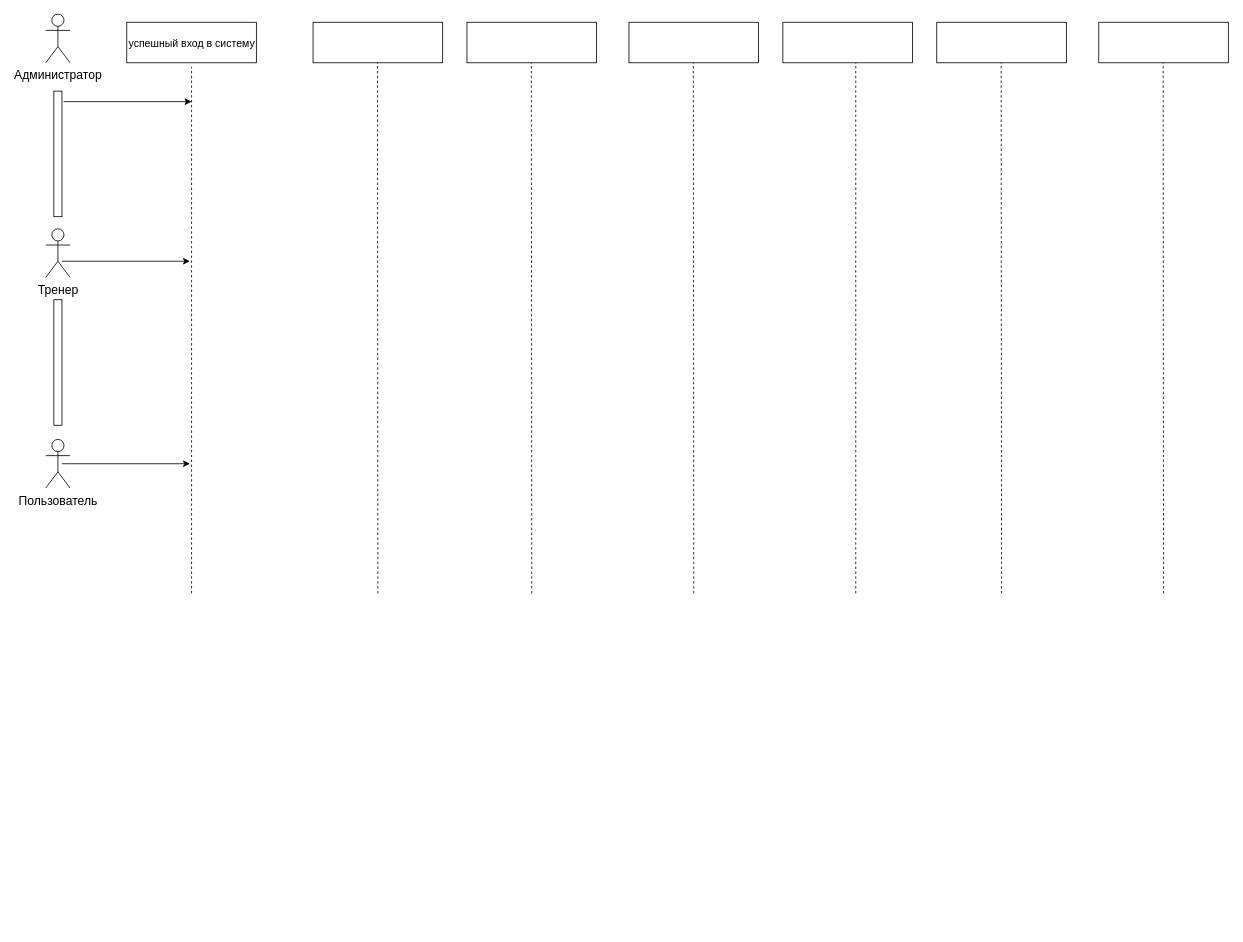
quyettranvu/Lab2-3_UML keeps this draw.io diagram as page "Sequence Diagram" (4 of 4) of Biểu đồ không có tiêu đề.drawio. Above is the earlier version. Source tidied: cells renumbered, new cells numbered last; positions are measured from the earlier drawing's top-left corner, leaving out a move shared by most shapes. Both pictures are drawn from the tidied source at 81%, with x=0, y=0 at pixel (-5, 14).
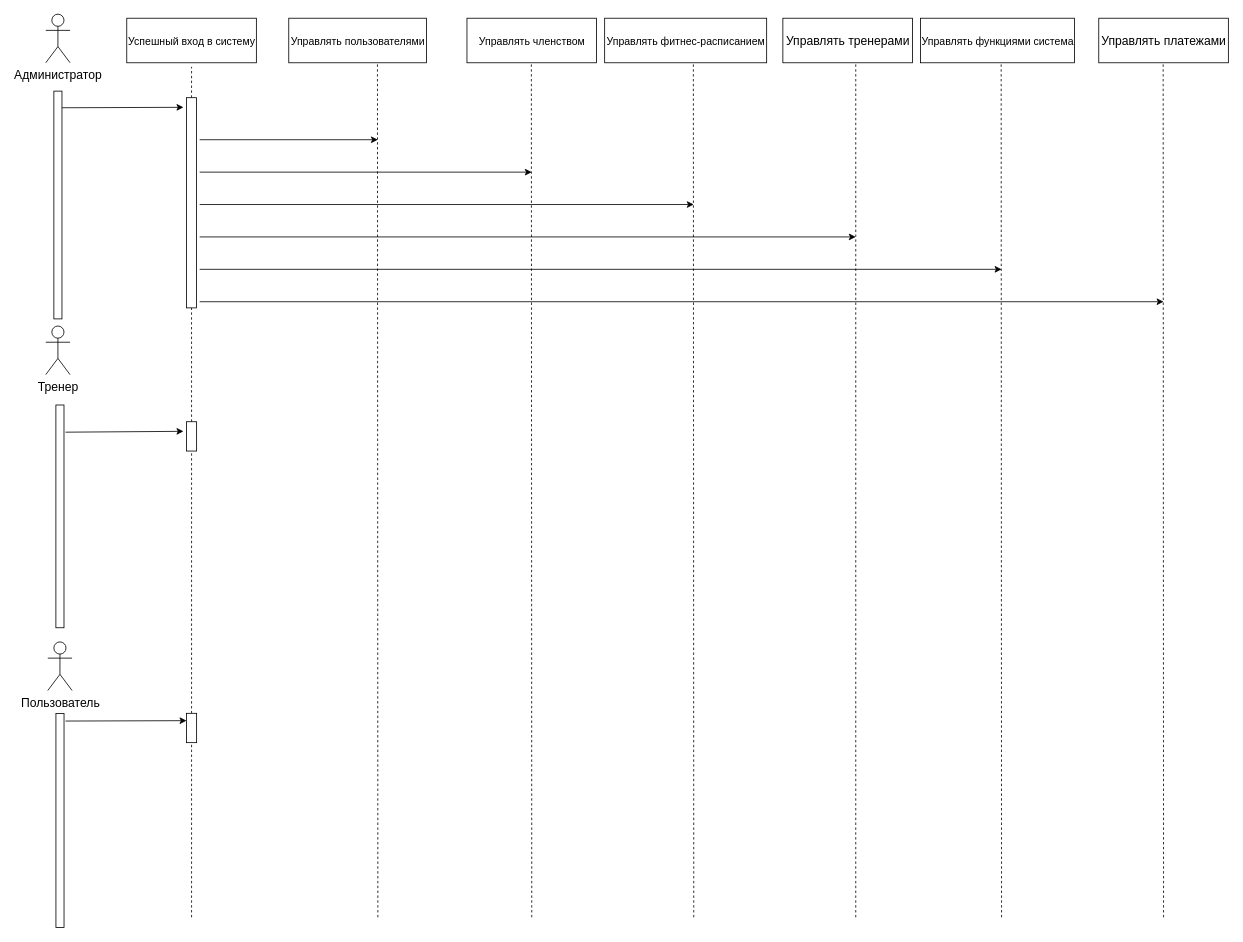
The same diagram, later.

Commit message (it also covers changes not shown here):
Cập nhật Biểu đồ không có tiêu đề.drawio

The edit, as a diff of the source:
```diff
@@
-    <mxCell id="3" value="&lt;font style=&quot;font-size: 13px;&quot;&gt;успешный вход в систему&lt;/font&gt;" style="html=1;fontSize=15;fillColor=#FFFFFF;" parent="1" vertex="1">
-      <mxGeometry x="162" y="10" width="160" height="50" as="geometry" />
+    <mxCell id="3" value="&lt;font style=&quot;font-size: 13px;&quot;&gt;Успешный вход в систему&lt;/font&gt;" style="html=1;fontSize=15;fillColor=#FFFFFF;" parent="1" vertex="1">
+      <mxGeometry x="162" y="5" width="160" height="55" as="geometry" />
     </mxCell>
-    <mxCell id="4" style="html=1;fontSize=15;fillColor=#FFFFFF;" parent="1" vertex="1">
-      <mxGeometry x="392" y="10" width="160" height="50" as="geometry" />
-    </mxCell>
-    <mxCell id="5" style="html=1;fontSize=15;fillColor=#FFFFFF;" parent="1" vertex="1">
-      <mxGeometry x="582" y="10" width="160" height="50" as="geometry" />
+    <mxCell id="5" value="&lt;font style=&quot;font-size: 13px;&quot;&gt;Управлять членством&lt;br&gt;&lt;/font&gt;" style="html=1;fontSize=15;fillColor=#FFFFFF;" parent="1" vertex="1">
+      <mxGeometry x="582" y="5" width="160" height="55" as="geometry" />
     </mxCell>
-    <mxCell id="6" style="html=1;fontSize=15;fillColor=#FFFFFF;" parent="1" vertex="1">
-      <mxGeometry x="782" y="10" width="160" height="50" as="geometry" />
+    <mxCell id="6" value="&lt;font style=&quot;font-size: 13px;&quot;&gt;Управлять фитнес-расписанием&lt;/font&gt;" style="html=1;fontSize=15;fillColor=#FFFFFF;" parent="1" vertex="1">
+      <mxGeometry x="752" y="5" width="200" height="55" as="geometry" />
     </mxCell>
-    <mxCell id="7" style="html=1;fontSize=15;fillColor=#FFFFFF;" parent="1" vertex="1">
-      <mxGeometry x="972" y="10" width="160" height="50" as="geometry" />
+    <mxCell id="7" value="Управлять тренерами" style="html=1;fontSize=15;fillColor=#FFFFFF;" parent="1" vertex="1">
+      <mxGeometry x="972" y="5" width="160" height="55" as="geometry" />
     </mxCell>
-    <mxCell id="8" style="html=1;fontSize=15;fillColor=#FFFFFF;" parent="1" vertex="1">
-      <mxGeometry x="1162" y="10" width="160" height="50" as="geometry" />
+    <mxCell id="8" value="&lt;font style=&quot;font-size: 13px;&quot;&gt;Управлять функциями система&lt;/font&gt;" style="html=1;fontSize=15;fillColor=#FFFFFF;" parent="1" vertex="1">
+      <mxGeometry x="1142" y="5" width="190" height="55" as="geometry" />
     </mxCell>
-    <mxCell id="9" style="html=1;fontSize=15;fillColor=#FFFFFF;" parent="1" vertex="1">
-      <mxGeometry x="1362" y="10" width="160" height="50" as="geometry" />
+    <mxCell id="9" value="Управлять платежами" style="html=1;fontSize=15;fillColor=#FFFFFF;" parent="1" vertex="1">
+      <mxGeometry x="1362" y="5" width="160" height="55" as="geometry" />
     </mxCell>
-    <mxCell id="10" style="endArrow=none;dashed=1;html=1;rounded=0;fontSize=13;" parent="1" edge="1">
+    <mxCell id="10" style="endArrow=none;dashed=1;html=1;rounded=0;fontSize=13;startArrow=none;" parent="1" edge="1" source="24">
       <mxGeometry relative="1" as="geometry">
-        <mxPoint x="242" y="715" as="sourcePoint" />
         <mxPoint x="242" y="65" as="targetPoint" />
       </mxGeometry>
     </mxCell>
     <mxCell id="11" style="endArrow=none;dashed=1;html=1;rounded=0;fontSize=13;" parent="1" edge="1">
       <mxGeometry relative="1" as="geometry">
-        <mxPoint x="472" y="715" as="sourcePoint" />
+        <mxPoint x="472" y="1115" as="sourcePoint" />
         <mxPoint x="471.5" y="60" as="targetPoint" />
       </mxGeometry>
     </mxCell>
     <mxCell id="12" style="endArrow=none;dashed=1;html=1;rounded=0;fontSize=13;" parent="1" edge="1">
       <mxGeometry relative="1" as="geometry">
-        <mxPoint x="662" y="715" as="sourcePoint" />
+        <mxPoint x="662" y="1115" as="sourcePoint" />
         <mxPoint x="661.5" y="60" as="targetPoint" />
       </mxGeometry>
     </mxCell>
     <mxCell id="13" style="endArrow=none;dashed=1;html=1;rounded=0;fontSize=13;" parent="1" edge="1">
       <mxGeometry relative="1" as="geometry">
-        <mxPoint x="862" y="715" as="sourcePoint" />
+        <mxPoint x="862" y="1115" as="sourcePoint" />
         <mxPoint x="861.5" y="60" as="targetPoint" />
       </mxGeometry>
     </mxCell>
     <mxCell id="14" style="endArrow=none;dashed=1;html=1;rounded=0;fontSize=13;" parent="1" edge="1">
       <mxGeometry relative="1" as="geometry">
-        <mxPoint x="1062" y="715" as="sourcePoint" />
+        <mxPoint x="1062" y="1115" as="sourcePoint" />
         <mxPoint x="1062" y="60" as="targetPoint" />
       </mxGeometry>
     </mxCell>
     <mxCell id="15" style="endArrow=none;dashed=1;html=1;rounded=0;fontSize=13;" parent="1" edge="1">
       <mxGeometry relative="1" as="geometry">
-        <mxPoint x="1242" y="715" as="sourcePoint" />
+        <mxPoint x="1242" y="1115" as="sourcePoint" />
         <mxPoint x="1241.5" y="60" as="targetPoint" />
       </mxGeometry>
     </mxCell>
     <mxCell id="16" style="endArrow=none;dashed=1;html=1;rounded=0;fontSize=13;" parent="1" edge="1">
       <mxGeometry relative="1" as="geometry">
-        <mxPoint x="1442" y="715" as="sourcePoint" />
+        <mxPoint x="1442" y="1115" as="sourcePoint" />
         <mxPoint x="1441.5" y="60" as="targetPoint" />
       </mxGeometry>
     </mxCell>
     <mxCell id="17" value="Тренер" style="shape=umlActor;verticalLabelPosition=bottom;verticalAlign=top;html=1;fontSize=15;fillColor=#FFFFFF;" parent="1" vertex="1">
-      <mxGeometry x="62" y="265" width="30" height="60" as="geometry" />
+      <mxGeometry x="62" y="385" width="30" height="60" as="geometry" />
     </mxCell>
     <mxCell id="18" value="Пользователь" style="shape=umlActor;verticalLabelPosition=bottom;verticalAlign=top;html=1;fontSize=15;fillColor=#FFFFFF;" parent="1" vertex="1">
-      <mxGeometry x="62" y="525" width="30" height="60" as="geometry" />
+      <mxGeometry x="64.5" y="775" width="30" height="60" as="geometry" />
     </mxCell>
     <mxCell id="19" style="rounded=0;whiteSpace=wrap;html=1;fontSize=13;rotation=-90;" parent="1" vertex="1">
-      <mxGeometry x="-0.5" y="167.5" width="155" height="10" as="geometry" />
+      <mxGeometry x="-63.6" y="230.6" width="281.2" height="10" as="geometry" />
     </mxCell>
     <mxCell id="20" style="rounded=0;whiteSpace=wrap;html=1;fontSize=13;rotation=-90;" parent="1" vertex="1">
-      <mxGeometry x="-0.5" y="425" width="155" height="10" as="geometry" />
+      <mxGeometry x="-58" y="615" width="275" height="10" as="geometry" />
     </mxCell>
-    <mxCell id="21" style="endArrow=classic;html=1;rounded=0;fontSize=13;exitX=0.916;exitY=1.2;exitDx=0;exitDy=0;exitPerimeter=0;" parent="1" edge="1" source="19">
-      <mxGeometry relative="1" as="geometry">
-        <mxPoint x="242" y="108" as="targetPoint" />
-      </mxGeometry>
-    </mxCell>
-    <mxCell id="22" style="endArrow=classic;html=1;rounded=0;fontSize=13;exitX=0.916;exitY=1.2;exitDx=0;exitDy=0;exitPerimeter=0;" parent="1" edge="1">
-      <mxGeometry relative="1" as="geometry">
-        <mxPoint x="82" y="305" as="sourcePoint" />
-        <mxPoint x="240" y="305" as="targetPoint" />
-      </mxGeometry>
-    </mxCell>
-    <mxCell id="23" style="endArrow=classic;html=1;rounded=0;fontSize=13;exitX=0.916;exitY=1.2;exitDx=0;exitDy=0;exitPerimeter=0;" parent="1" edge="1">
-      <mxGeometry relative="1" as="geometry">
-        <mxPoint x="82" y="555" as="sourcePoint" />
-        <mxPoint x="240" y="555" as="targetPoint" />
-      </mxGeometry>
+    <mxCell id="23" style="endArrow=classic;html=1;rounded=0;fontSize=13;exitX=0.965;exitY=1.19;exitDx=0;exitDy=0;exitPerimeter=0;entryX=0.75;entryY=0;entryDx=0;entryDy=0;" parent="1" edge="1" source="39" target="37">
+      <mxGeometry relative="1" as="geometry" />
     </mxCell>
+    <mxCell id="24" style="rounded=0;whiteSpace=wrap;html=1;fontSize=13;rotation=-90;" parent="1" vertex="1">
+      <mxGeometry x="112.2" y="226.6" width="259.5" height="12.5" as="geometry" />
+    </mxCell>
+    <mxCell id="25" style="endArrow=none;dashed=1;html=1;rounded=0;fontSize=13;startArrow=none;" parent="1" edge="1" source="35" target="24">
+      <mxGeometry relative="1" as="geometry" />
+    </mxCell>
+    <mxCell id="26" style="endArrow=classic;html=1;rounded=0;fontSize=13;exitX=0.927;exitY=1;exitDx=0;exitDy=0;exitPerimeter=0;" parent="1" edge="1" source="19">
+      <mxGeometry relative="1" as="geometry">
+        <mxPoint x="232" y="115" as="targetPoint" />
+      </mxGeometry>
+    </mxCell>
+    <mxCell id="27" value="&lt;span style=&quot;font-size: 13px;&quot;&gt;Управлять пользователями&lt;/span&gt;" style="html=1;fontSize=15;fillColor=#FFFFFF;" parent="1" vertex="1">
+      <mxGeometry x="362" y="5" width="170" height="55" as="geometry" />
+    </mxCell>
+    <mxCell id="28" style="endArrow=classic;html=1;rounded=0;fontSize=13;" parent="1" edge="1">
+      <mxGeometry relative="1" as="geometry">
+        <mxPoint x="252" y="155" as="sourcePoint" />
+        <mxPoint x="472" y="155" as="targetPoint" />
+      </mxGeometry>
+    </mxCell>
+    <mxCell id="29" style="endArrow=classic;html=1;rounded=0;fontSize=13;" parent="1" edge="1">
+      <mxGeometry relative="1" as="geometry">
+        <mxPoint x="252" y="195" as="sourcePoint" />
+        <mxPoint x="662" y="195" as="targetPoint" />
+      </mxGeometry>
+    </mxCell>
+    <mxCell id="30" style="endArrow=classic;html=1;rounded=0;fontSize=13;" parent="1" edge="1">
+      <mxGeometry relative="1" as="geometry">
+        <mxPoint x="252" y="235" as="sourcePoint" />
+        <mxPoint x="862" y="235" as="targetPoint" />
+      </mxGeometry>
+    </mxCell>
+    <mxCell id="31" style="endArrow=classic;html=1;rounded=0;fontSize=13;" parent="1" edge="1">
+      <mxGeometry relative="1" as="geometry">
+        <mxPoint x="252" y="275" as="sourcePoint" />
+        <mxPoint x="1062" y="275" as="targetPoint" />
+      </mxGeometry>
+    </mxCell>
+    <mxCell id="32" style="endArrow=classic;html=1;rounded=0;fontSize=13;" parent="1" edge="1">
+      <mxGeometry relative="1" as="geometry">
+        <mxPoint x="252" y="315" as="sourcePoint" />
+        <mxPoint x="1242" y="315" as="targetPoint" />
+      </mxGeometry>
+    </mxCell>
+    <mxCell id="33" style="endArrow=classic;html=1;rounded=0;fontSize=13;" parent="1" edge="1">
+      <mxGeometry relative="1" as="geometry">
+        <mxPoint x="252" y="355" as="sourcePoint" />
+        <mxPoint x="1442" y="355" as="targetPoint" />
+      </mxGeometry>
+    </mxCell>
+    <mxCell id="34" style="endArrow=classic;html=1;rounded=0;fontSize=13;exitX=0.878;exitY=1.19;exitDx=0;exitDy=0;exitPerimeter=0;" parent="1" edge="1" source="20">
+      <mxGeometry relative="1" as="geometry">
+        <mxPoint x="232" y="515" as="targetPoint" />
+      </mxGeometry>
+    </mxCell>
+    <mxCell id="35" style="rounded=0;whiteSpace=wrap;html=1;fontSize=13;rotation=-90;" parent="1" vertex="1">
+      <mxGeometry x="223.9" y="515" width="36.2" height="12.5" as="geometry" />
+    </mxCell>
+    <mxCell id="36" style="endArrow=none;dashed=1;html=1;rounded=0;fontSize=13;startArrow=none;" parent="1" edge="1" source="37" target="35">
+      <mxGeometry relative="1" as="geometry" />
+    </mxCell>
+    <mxCell id="37" style="rounded=0;whiteSpace=wrap;html=1;fontSize=13;rotation=-90;" parent="1" vertex="1">
+      <mxGeometry x="223.9" y="875" width="36.2" height="12.5" as="geometry" />
+    </mxCell>
+    <mxCell id="38" style="endArrow=none;dashed=1;html=1;rounded=0;fontSize=13;" parent="1" edge="1" target="37">
+      <mxGeometry relative="1" as="geometry">
+        <mxPoint x="242" y="1115" as="sourcePoint" />
+      </mxGeometry>
+    </mxCell>
+    <mxCell id="39" style="rounded=0;whiteSpace=wrap;html=1;fontSize=13;rotation=-90;" parent="1" vertex="1">
+      <mxGeometry x="-52.5" y="990.5" width="264.1" height="10" as="geometry" />
+    </mxCell>
```
